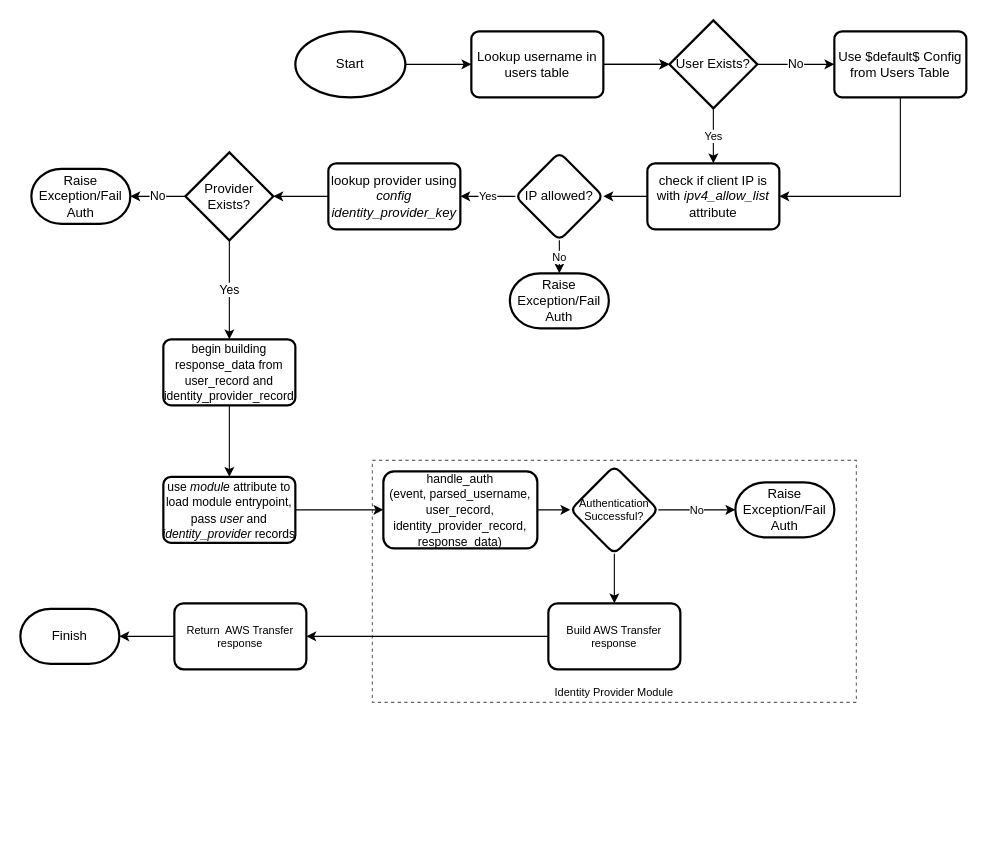
Before: page "authentication-logic" (2 of 3) of solutions/custom-idp/diagrams/aws-transfer-custom-idp-solution.drawio in aws-samples/toolkit-for-aws-transfer-family, a draw.io diagram. Source tidied: cells renumbered, new cells numbered last; positions are measured from the earlier drawing's top-left corner, leaving out a move shared by most shapes. Both pictures are drawn from the tidied source at 110%, with x=0, y=0 at pixel (20, 20).
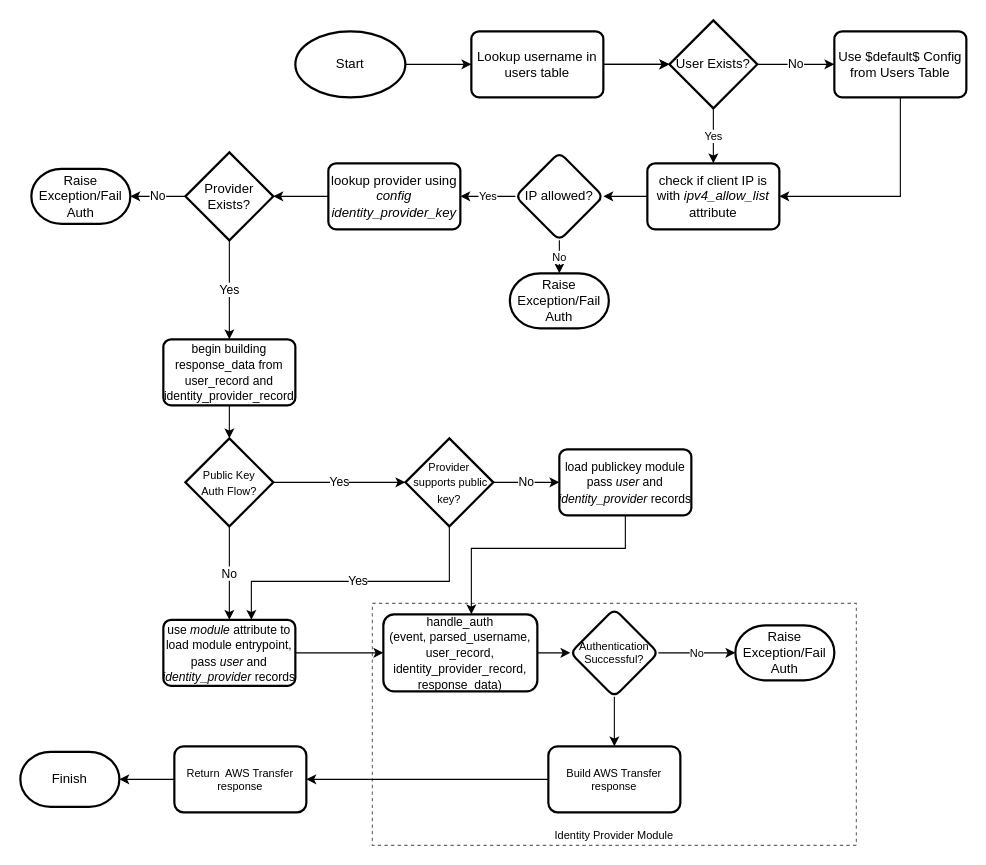
Above is the later version.

Commit message (it also covers changes not shown here):
Updated process flow diagrams

Unchanged cells that the change refers to:
```xml
<mxCell id="39" value="&lt;span style=&quot;font-size: 11px;&quot;&gt;begin building response_data from user_record and identity_provider_record&lt;/span&gt;" style="rounded=1;whiteSpace=wrap;html=1;absoluteArcSize=1;arcSize=14;strokeWidth=2;fontFamily=Helvetica;fontSize=12;fontColor=default;align=center;strokeColor=default;fillColor=default;" parent="1" vertex="1">
  <mxGeometry x="130" y="290" width="120" height="60" as="geometry" />
</mxCell>
```

What changed in the source:
```diff
@@
     <mxCell id="2" value="Identity Provider Module" style="rounded=0;whiteSpace=wrap;html=1;fontSize=10;dashed=1;fillColor=none;strokeColor=#666666;verticalAlign=bottom;" parent="1" vertex="1">
-      <mxGeometry x="320" y="400" width="440" height="220" as="geometry" />
+      <mxGeometry x="320" y="530" width="440" height="220" as="geometry" />
     </mxCell>
@@
     <mxCell id="20" value="&lt;font style=&quot;font-size: 11px;&quot;&gt;use &lt;i&gt;module &lt;/i&gt;attribute to load module entrypoint, pass &lt;i&gt;user &lt;/i&gt;and &lt;i&gt;identity_provider&lt;/i&gt;&amp;nbsp;records&lt;/font&gt;" style="rounded=1;whiteSpace=wrap;html=1;absoluteArcSize=1;arcSize=14;strokeWidth=2;fontFamily=Helvetica;fontSize=12;fontColor=default;align=center;strokeColor=default;fillColor=default;" parent="1" vertex="1">
-      <mxGeometry x="130" y="415" width="120" height="60" as="geometry" />
+      <mxGeometry x="130" y="545" width="120" height="60" as="geometry" />
     </mxCell>
@@
     <mxCell id="22" value="&lt;font style=&quot;font-size: 11px;&quot;&gt;handle_auth&lt;br&gt;(event, parsed_username, user_record, identity_provider_record, response_data)&lt;/font&gt;" style="whiteSpace=wrap;html=1;rounded=1;arcSize=14;strokeWidth=2;" parent="1" vertex="1">
-      <mxGeometry x="330" y="410" width="140" height="70" as="geometry" />
+      <mxGeometry x="330" y="540" width="140" height="70" as="geometry" />
     </mxCell>
@@
     <mxCell id="25" value="Authentication Successful?" style="rhombus;whiteSpace=wrap;html=1;rounded=1;arcSize=14;strokeWidth=2;fontSize=10;" parent="1" vertex="1">
-      <mxGeometry x="500" y="405" width="80" height="80" as="geometry" />
+      <mxGeometry x="500" y="535" width="80" height="80" as="geometry" />
     </mxCell>
@@
     <mxCell id="27" value="Build AWS Transfer response" style="whiteSpace=wrap;html=1;fontSize=10;rounded=1;arcSize=14;strokeWidth=2;" parent="1" vertex="1">
-      <mxGeometry x="480" y="530" width="120" height="60" as="geometry" />
+      <mxGeometry x="480" y="660" width="120" height="60" as="geometry" />
     </mxCell>
@@
     <mxCell id="29" value="Return&amp;nbsp; AWS Transfer response" style="whiteSpace=wrap;html=1;fontSize=10;rounded=1;arcSize=14;strokeWidth=2;" parent="1" vertex="1">
-      <mxGeometry x="140" y="530" width="120" height="60" as="geometry" />
+      <mxGeometry x="140" y="660" width="120" height="60" as="geometry" />
     </mxCell>
@@
     <mxCell id="36" value="Raise Exception/Fail Auth" style="strokeWidth=2;html=1;shape=mxgraph.flowchart.terminator;whiteSpace=wrap;" parent="1" vertex="1">
-      <mxGeometry x="650" y="420" width="90" height="50" as="geometry" />
+      <mxGeometry x="650" y="550" width="90" height="50" as="geometry" />
     </mxCell>
     <mxCell id="37" value="Finish" style="strokeWidth=2;html=1;shape=mxgraph.flowchart.terminator;whiteSpace=wrap;" parent="1" vertex="1">
-      <mxGeometry y="535" width="90" height="50" as="geometry" />
+      <mxGeometry y="665" width="90" height="50" as="geometry" />
     </mxCell>
-    <mxCell id="38" style="edgeStyle=orthogonalEdgeStyle;rounded=0;jettySize=auto;html=1;" parent="1" edge="1" source="39" target="20">
+    <mxCell id="38" style="edgeStyle=orthogonalEdgeStyle;rounded=0;jettySize=auto;html=1;" parent="1" edge="1" source="39" target="41">
       <mxGeometry relative="1" as="geometry" />
     </mxCell>
@@
+    <mxCell id="40" value="No" style="edgeStyle=orthogonalEdgeStyle;rounded=0;jettySize=auto;html=1;entryX=0.5;entryY=0;entryDx=0;entryDy=0;" parent="1" edge="1" source="41" target="20">
+      <mxGeometry relative="1" as="geometry" />
+    </mxCell>
+    <mxCell id="41" value="&lt;font style=&quot;font-size: 10px;&quot;&gt;Public Key&lt;br&gt;Auth Flow?&lt;/font&gt;" style="strokeWidth=2;html=1;shape=mxgraph.flowchart.decision;whiteSpace=wrap;fontFamily=Helvetica;fontSize=12;fontColor=default;align=center;strokeColor=default;fillColor=default;" parent="1" vertex="1">
+      <mxGeometry x="150" y="380" width="80" height="80" as="geometry" />
+    </mxCell>
+    <mxCell id="42" value="Yes" style="edgeStyle=orthogonalEdgeStyle;rounded=0;jettySize=auto;html=1;" parent="1" edge="1" source="44">
+      <mxGeometry relative="1" as="geometry">
+        <mxPoint x="210" y="545" as="targetPoint" />
+        <Array as="points">
+          <mxPoint x="390" y="510" />
+          <mxPoint x="210" y="510" />
+          <mxPoint x="210" y="545" />
+        </Array>
+      </mxGeometry>
+    </mxCell>
+    <mxCell id="43" value="No" style="edgeStyle=orthogonalEdgeStyle;rounded=0;jettySize=auto;html=1;" parent="1" edge="1" source="44" target="47">
+      <mxGeometry relative="1" as="geometry" />
+    </mxCell>
+    <mxCell id="44" value="&lt;font style=&quot;font-size: 10px;&quot;&gt;Provider&lt;br&gt;&amp;nbsp;supports public key?&lt;/font&gt;" style="strokeWidth=2;html=1;shape=mxgraph.flowchart.decision;whiteSpace=wrap;fontFamily=Helvetica;fontSize=12;fontColor=default;align=center;strokeColor=default;fillColor=default;" parent="1" vertex="1">
+      <mxGeometry x="350" y="380" width="80" height="80" as="geometry" />
+    </mxCell>
+    <mxCell id="45" value="Yes" style="edgeStyle=orthogonalEdgeStyle;rounded=0;jettySize=auto;html=1;entryX=0;entryY=0.5;entryDx=0;entryDy=0;entryPerimeter=0;" parent="1" edge="1" source="41" target="44">
+      <mxGeometry relative="1" as="geometry" />
+    </mxCell>
+    <mxCell id="46" style="edgeStyle=orthogonalEdgeStyle;rounded=0;jettySize=auto;html=1;" parent="1" edge="1" source="47" target="22">
+      <mxGeometry relative="1" as="geometry">
+        <Array as="points">
+          <mxPoint x="550" y="480" />
+          <mxPoint x="410" y="480" />
+        </Array>
+      </mxGeometry>
+    </mxCell>
+    <mxCell id="47" value="&lt;font style=&quot;font-size: 11px;&quot;&gt;load publickey module pass &lt;i&gt;user &lt;/i&gt;and &lt;i&gt;identity_provider&lt;/i&gt;&amp;nbsp;records&lt;/font&gt;" style="rounded=1;whiteSpace=wrap;html=1;absoluteArcSize=1;arcSize=14;strokeWidth=2;fontFamily=Helvetica;fontSize=12;fontColor=default;align=center;strokeColor=default;fillColor=default;" parent="1" vertex="1">
+      <mxGeometry x="490" y="390" width="120" height="60" as="geometry" />
+    </mxCell>
```
